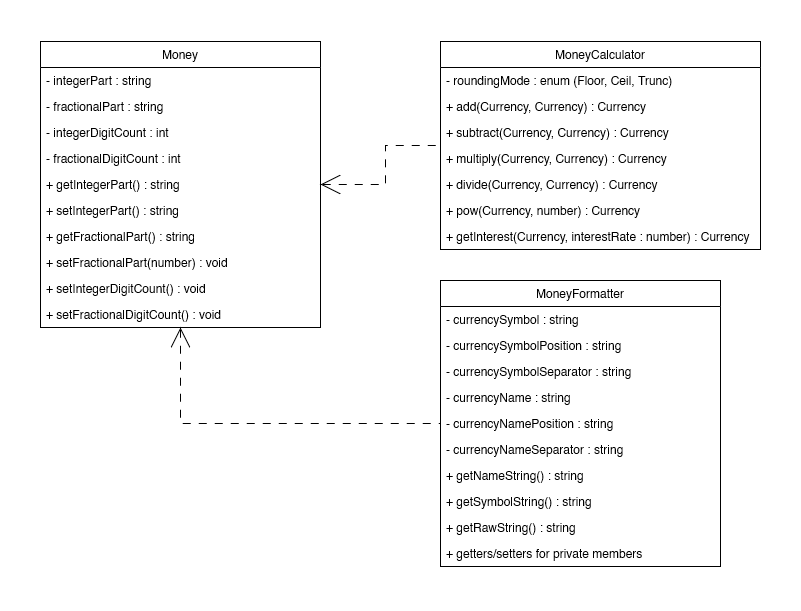
This is uml-class-diagram.png from konstantin-lukas/money-calculator, a draw.io export, as it was before one commit. Source tidied: cells renumbered, new cells last; positions are measured from the earlier drawing's top-left corner, leaving out a move shared by most shapes.
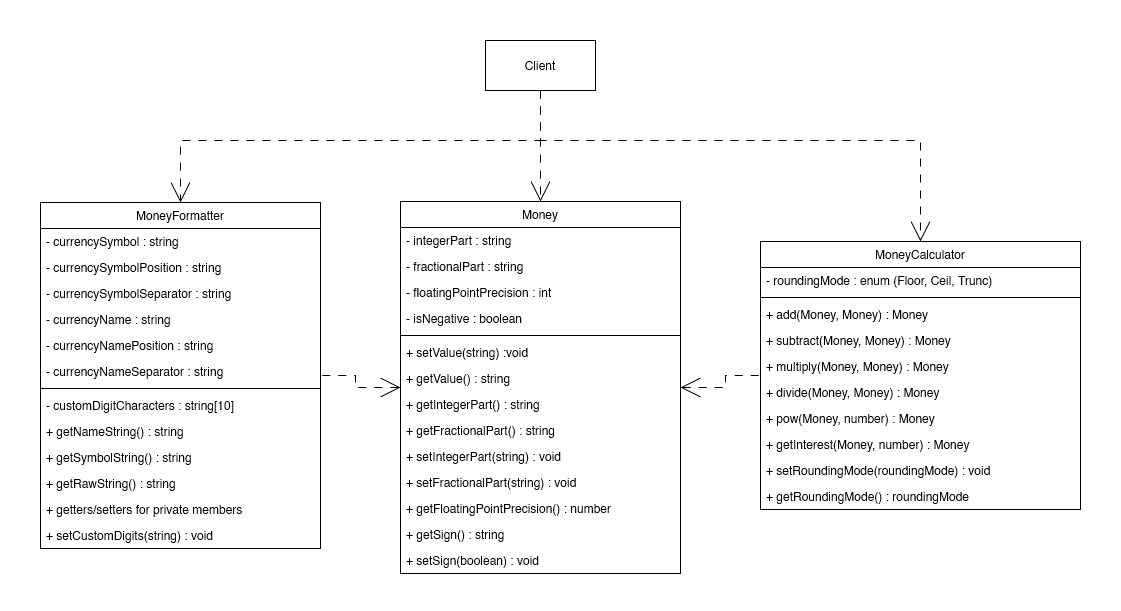
After the change.

The edit, as a diff of the source:
```diff
@@ -3,16 +3,16 @@
     <mxCell id="0" />
     <mxCell id="1" parent="0" />
     <mxCell id="2" style="rounded=0;whiteSpace=wrap;html=1;fillColor=default;strokeColor=none;" parent="1" vertex="1">
-      <mxGeometry width="800" height="610" as="geometry" />
+      <mxGeometry x="-360" y="-160" width="1120" height="610" as="geometry" />
     </mxCell>
     <mxCell id="3" style="edgeStyle=orthogonalEdgeStyle;rounded=0;jettySize=auto;html=1;exitX=1;exitY=0.5;exitDx=0;exitDy=0;startSize=18;startArrow=open;startFill=0;endArrow=none;endFill=0;endSize=18;dashed=1;dashPattern=8 8;" parent="1" edge="1" source="5" target="27">
       <mxGeometry relative="1" as="geometry" />
     </mxCell>
-    <mxCell id="4" style="edgeStyle=orthogonalEdgeStyle;rounded=0;jettySize=auto;html=1;exitX=0.5;exitY=1;exitDx=0;exitDy=0;dashed=1;dashPattern=8 8;startArrow=open;startFill=0;endArrow=none;endFill=0;startSize=18;endSize=18;" parent="1" edge="1" source="5" target="16">
+    <mxCell id="4" style="edgeStyle=orthogonalEdgeStyle;rounded=0;jettySize=auto;html=1;dashed=1;dashPattern=8 8;startArrow=open;startFill=0;endArrow=none;endFill=0;startSize=18;endSize=18;" parent="1" edge="1" source="5" target="16">
       <mxGeometry relative="1" as="geometry" />
     </mxCell>
     <mxCell id="5" value="Money" style="swimlane;fontStyle=0;horizontal=1;startSize=26;fillColor=none;" parent="1" vertex="1">
-      <mxGeometry x="40" y="41" width="280" height="286" as="geometry" />
+      <mxGeometry x="40" y="41" width="280" height="372" as="geometry" />
     </mxCell>
     <mxCell id="6" value="- integerPart : string" style="text;strokeColor=none;fillColor=none;align=left;verticalAlign=top;spacingLeft=4;spacingRight=4;overflow=hidden;" parent="5" vertex="1">
       <mxGeometry y="26" width="280" height="26" as="geometry" />
@@ -20,32 +20,44 @@
     <mxCell id="7" value="- fractionalPart : string" style="text;strokeColor=none;fillColor=none;align=left;verticalAlign=top;spacingLeft=4;spacingRight=4;overflow=hidden;" parent="5" vertex="1">
       <mxGeometry y="52" width="280" height="26" as="geometry" />
     </mxCell>
-    <mxCell id="8" value="- integerDigitCount : int" style="text;strokeColor=none;fillColor=none;align=left;verticalAlign=top;spacingLeft=4;spacingRight=4;overflow=hidden;" parent="5" vertex="1">
-      <mxGeometry y="78" width="280" height="26" as="geometry" />
-    </mxCell>
-    <mxCell id="9" value="- fractionalDigitCount : int" style="text;strokeColor=none;fillColor=none;align=left;verticalAlign=top;spacingLeft=4;spacingRight=4;overflow=hidden;" parent="5" vertex="1">
-      <mxGeometry y="104" width="280" height="26" as="geometry" />
+    <mxCell id="9" value="- floatingPointPrecision : int" style="text;strokeColor=none;fillColor=none;align=left;verticalAlign=top;spacingLeft=4;spacingRight=4;overflow=hidden;" parent="5" vertex="1">
+      <mxGeometry y="78" width="280" height="26" as="geometry" />
     </mxCell>
+    <mxCell id="35" value="- isNegative : boolean" style="text;strokeColor=none;fillColor=none;align=left;verticalAlign=top;spacingLeft=4;spacingRight=4;overflow=hidden;" parent="5" vertex="1">
+      <mxGeometry y="104" width="280" height="26" as="geometry" />
+    </mxCell>
+    <mxCell id="36" style="line;strokeWidth=1;fillColor=none;align=left;verticalAlign=middle;spacingTop=-1;spacingLeft=3;spacingRight=3;labelPosition=right;strokeColor=inherit;" parent="5" vertex="1">
+      <mxGeometry y="130" width="280" height="8" as="geometry" />
+    </mxCell>
-    <mxCell id="10" value="+ getIntegerPart() : string" style="text;strokeColor=none;fillColor=none;align=left;verticalAlign=top;spacingLeft=4;spacingRight=4;overflow=hidden;" parent="5" vertex="1">
-      <mxGeometry y="130" width="280" height="26" as="geometry" />
+    <mxCell id="10" value="+ setValue(string) :void" style="text;strokeColor=none;fillColor=none;align=left;verticalAlign=top;spacingLeft=4;spacingRight=4;overflow=hidden;" parent="5" vertex="1">
+      <mxGeometry y="138" width="280" height="26" as="geometry" />
     </mxCell>
-    <mxCell id="11" value="+ setIntegerPart() : string" style="text;strokeColor=none;fillColor=none;align=left;verticalAlign=top;spacingLeft=4;spacingRight=4;overflow=hidden;" parent="5" vertex="1">
-      <mxGeometry y="156" width="280" height="26" as="geometry" />
+    <mxCell id="11" value="+ getValue() : string" style="text;strokeColor=none;fillColor=none;align=left;verticalAlign=top;spacingLeft=4;spacingRight=4;overflow=hidden;" parent="5" vertex="1">
+      <mxGeometry y="164" width="280" height="26" as="geometry" />
     </mxCell>
+    <mxCell id="37" value="+ getIntegerPart() : string" style="text;strokeColor=none;fillColor=none;align=left;verticalAlign=top;spacingLeft=4;spacingRight=4;overflow=hidden;" parent="5" vertex="1">
+      <mxGeometry y="190" width="280" height="26" as="geometry" />
+    </mxCell>
     <mxCell id="12" value="+ getFractionalPart() : string" style="text;strokeColor=none;fillColor=none;align=left;verticalAlign=top;spacingLeft=4;spacingRight=4;overflow=hidden;" parent="5" vertex="1">
-      <mxGeometry y="182" width="280" height="26" as="geometry" />
+      <mxGeometry y="216" width="280" height="26" as="geometry" />
     </mxCell>
-    <mxCell id="13" value="+ setFractionalPart(number) : void" style="text;strokeColor=none;fillColor=none;align=left;verticalAlign=top;spacingLeft=4;spacingRight=4;overflow=hidden;" parent="5" vertex="1">
-      <mxGeometry y="208" width="280" height="26" as="geometry" />
-    </mxCell>
-    <mxCell id="14" value="+ setIntegerDigitCount() : void" style="text;strokeColor=none;fillColor=none;align=left;verticalAlign=top;spacingLeft=4;spacingRight=4;overflow=hidden;" parent="5" vertex="1">
-      <mxGeometry y="234" width="280" height="26" as="geometry" />
-    </mxCell>
-    <mxCell id="15" value="+ setFractionalDigitCount() : void" style="text;strokeColor=none;fillColor=none;align=left;verticalAlign=top;spacingLeft=4;spacingRight=4;overflow=hidden;" parent="5" vertex="1">
-      <mxGeometry y="260" width="280" height="26" as="geometry" />
-    </mxCell>
+    <mxCell id="38" value="+ setIntegerPart(string) : void" style="text;strokeColor=none;fillColor=none;align=left;verticalAlign=top;spacingLeft=4;spacingRight=4;overflow=hidden;" parent="5" vertex="1">
+      <mxGeometry y="242" width="280" height="26" as="geometry" />
+    </mxCell>
+    <mxCell id="39" value="+ setFractionalPart(string) : void" style="text;strokeColor=none;fillColor=none;align=left;verticalAlign=top;spacingLeft=4;spacingRight=4;overflow=hidden;" parent="5" vertex="1">
+      <mxGeometry y="268" width="280" height="26" as="geometry" />
+    </mxCell>
+    <mxCell id="40" value="+ getFloatingPointPrecision() : number" style="text;strokeColor=none;fillColor=none;align=left;verticalAlign=top;spacingLeft=4;spacingRight=4;overflow=hidden;" parent="5" vertex="1">
+      <mxGeometry y="294" width="280" height="26" as="geometry" />
+    </mxCell>
+    <mxCell id="41" value="+ getSign() : string" style="text;strokeColor=none;fillColor=none;align=left;verticalAlign=top;spacingLeft=4;spacingRight=4;overflow=hidden;" parent="5" vertex="1">
+      <mxGeometry y="320" width="280" height="26" as="geometry" />
+    </mxCell>
+    <mxCell id="42" value="+ setSign(boolean) : void" style="text;strokeColor=none;fillColor=none;align=left;verticalAlign=top;spacingLeft=4;spacingRight=4;overflow=hidden;" parent="5" vertex="1">
+      <mxGeometry y="346" width="280" height="26" as="geometry" />
+    </mxCell>
     <mxCell id="16" value="MoneyFormatter" style="swimlane;fontStyle=0;horizontal=1;startSize=26;fillColor=none;" parent="1" vertex="1">
-      <mxGeometry x="440" y="280" width="280" height="286" as="geometry" />
+      <mxGeometry x="-320" y="42" width="280" height="346" as="geometry" />
     </mxCell>
     <mxCell id="17" value="- currencySymbol : string" style="text;strokeColor=none;fillColor=none;align=left;verticalAlign=top;spacingLeft=4;spacingRight=4;overflow=hidden;" parent="16" vertex="1">
       <mxGeometry y="26" width="280" height="26" as="geometry" />
@@ -65,41 +77,81 @@
     <mxCell id="22" value="- currencyNameSeparator : string" style="text;strokeColor=none;fillColor=none;align=left;verticalAlign=top;spacingLeft=4;spacingRight=4;overflow=hidden;" parent="16" vertex="1">
       <mxGeometry y="156" width="280" height="26" as="geometry" />
     </mxCell>
+    <mxCell id="43" style="line;strokeWidth=1;fillColor=none;align=left;verticalAlign=middle;spacingTop=-1;spacingLeft=3;spacingRight=3;labelPosition=right;strokeColor=inherit;" parent="16" vertex="1">
+      <mxGeometry y="182" width="280" height="8" as="geometry" />
+    </mxCell>
+    <mxCell id="44" value="- customDigitCharacters : string[10]" style="text;strokeColor=none;fillColor=none;align=left;verticalAlign=top;spacingLeft=4;spacingRight=4;overflow=hidden;" parent="16" vertex="1">
+      <mxGeometry y="190" width="280" height="26" as="geometry" />
+    </mxCell>
     <mxCell id="23" value="+ getNameString() : string" style="text;strokeColor=none;fillColor=none;align=left;verticalAlign=top;spacingLeft=4;spacingRight=4;overflow=hidden;" parent="16" vertex="1">
-      <mxGeometry y="182" width="280" height="26" as="geometry" />
+      <mxGeometry y="216" width="280" height="26" as="geometry" />
     </mxCell>
     <mxCell id="24" value="+ getSymbolString() : string" style="text;strokeColor=none;fillColor=none;align=left;verticalAlign=top;spacingLeft=4;spacingRight=4;overflow=hidden;" parent="16" vertex="1">
-      <mxGeometry y="208" width="280" height="26" as="geometry" />
+      <mxGeometry y="242" width="280" height="26" as="geometry" />
     </mxCell>
     <mxCell id="25" value="+ getRawString() : string" style="text;strokeColor=none;fillColor=none;align=left;verticalAlign=top;spacingLeft=4;spacingRight=4;overflow=hidden;" parent="16" vertex="1">
-      <mxGeometry y="234" width="280" height="26" as="geometry" />
+      <mxGeometry y="268" width="280" height="26" as="geometry" />
     </mxCell>
     <mxCell id="26" value="+ getters/setters for private members" style="text;strokeColor=none;fillColor=none;align=left;verticalAlign=top;spacingLeft=4;spacingRight=4;overflow=hidden;" parent="16" vertex="1">
-      <mxGeometry y="260" width="280" height="26" as="geometry" />
+      <mxGeometry y="294" width="280" height="26" as="geometry" />
     </mxCell>
+    <mxCell id="45" value="+ setCustomDigits(string) : void" style="text;strokeColor=none;fillColor=none;align=left;verticalAlign=top;spacingLeft=4;spacingRight=4;overflow=hidden;" parent="16" vertex="1">
+      <mxGeometry y="320" width="280" height="26" as="geometry" />
+    </mxCell>
     <mxCell id="27" value="MoneyCalculator" style="swimlane;fontStyle=0;horizontal=1;startSize=26;fillColor=none;" parent="1" vertex="1">
-      <mxGeometry x="440" y="41" width="320" height="208" as="geometry" />
+      <mxGeometry x="400" y="81" width="320" height="268" as="geometry" />
     </mxCell>
     <mxCell id="28" value="- roundingMode : enum (Floor, Ceil, Trunc)" style="text;strokeColor=none;fillColor=none;align=left;verticalAlign=top;spacingLeft=4;spacingRight=4;overflow=hidden;" parent="27" vertex="1">
       <mxGeometry y="26" width="320" height="26" as="geometry" />
     </mxCell>
+    <mxCell id="46" style="line;strokeWidth=1;fillColor=none;align=left;verticalAlign=middle;spacingTop=-1;spacingLeft=3;spacingRight=3;labelPosition=right;strokeColor=inherit;" parent="27" vertex="1">
+      <mxGeometry y="52" width="320" height="8" as="geometry" />
+    </mxCell>
-    <mxCell id="29" value="+ add(Currency, Currency) : Currency" style="text;strokeColor=none;fillColor=none;align=left;verticalAlign=top;spacingLeft=4;spacingRight=4;overflow=hidden;" parent="27" vertex="1">
-      <mxGeometry y="52" width="320" height="26" as="geometry" />
+    <mxCell id="29" value="+ add(Money, Money) : Money" style="text;strokeColor=none;fillColor=none;align=left;verticalAlign=top;spacingLeft=4;spacingRight=4;overflow=hidden;" parent="27" vertex="1">
+      <mxGeometry y="60" width="320" height="26" as="geometry" />
     </mxCell>
-    <mxCell id="30" value="+ subtract(Currency, Currency) : Currency" style="text;strokeColor=none;fillColor=none;align=left;verticalAlign=top;spacingLeft=4;spacingRight=4;overflow=hidden;" parent="27" vertex="1">
-      <mxGeometry y="78" width="320" height="26" as="geometry" />
+    <mxCell id="30" value="+ subtract(Money, Money) : Money" style="text;strokeColor=none;fillColor=none;align=left;verticalAlign=top;spacingLeft=4;spacingRight=4;overflow=hidden;" parent="27" vertex="1">
+      <mxGeometry y="86" width="320" height="26" as="geometry" />
     </mxCell>
-    <mxCell id="31" value="+ multiply(Currency, Currency) : Currency" style="text;strokeColor=none;fillColor=none;align=left;verticalAlign=top;spacingLeft=4;spacingRight=4;overflow=hidden;" parent="27" vertex="1">
-      <mxGeometry y="104" width="320" height="26" as="geometry" />
+    <mxCell id="31" value="+ multiply(Money, Money) : Money" style="text;strokeColor=none;fillColor=none;align=left;verticalAlign=top;spacingLeft=4;spacingRight=4;overflow=hidden;" parent="27" vertex="1">
+      <mxGeometry y="112" width="320" height="26" as="geometry" />
     </mxCell>
-    <mxCell id="32" value="+ divide(Currency, Currency) : Currency" style="text;strokeColor=none;fillColor=none;align=left;verticalAlign=top;spacingLeft=4;spacingRight=4;overflow=hidden;" parent="27" vertex="1">
-      <mxGeometry y="130" width="320" height="26" as="geometry" />
+    <mxCell id="32" value="+ divide(Money, Money) : Money" style="text;strokeColor=none;fillColor=none;align=left;verticalAlign=top;spacingLeft=4;spacingRight=4;overflow=hidden;" parent="27" vertex="1">
+      <mxGeometry y="138" width="320" height="26" as="geometry" />
     </mxCell>
-    <mxCell id="33" value="+ pow(Currency, number) : Currency" style="text;strokeColor=none;fillColor=none;align=left;verticalAlign=top;spacingLeft=4;spacingRight=4;overflow=hidden;" parent="27" vertex="1">
-      <mxGeometry y="156" width="320" height="26" as="geometry" />
+    <mxCell id="33" value="+ pow(Money, number) : Money" style="text;strokeColor=none;fillColor=none;align=left;verticalAlign=top;spacingLeft=4;spacingRight=4;overflow=hidden;" parent="27" vertex="1">
+      <mxGeometry y="164" width="320" height="26" as="geometry" />
     </mxCell>
-    <mxCell id="34" value="+ getInterest(Currency, interestRate : number) : Currency" style="text;strokeColor=none;fillColor=none;align=left;verticalAlign=top;spacingLeft=4;spacingRight=4;overflow=hidden;" parent="27" vertex="1">
-      <mxGeometry y="182" width="320" height="26" as="geometry" />
+    <mxCell id="34" value="+ getInterest(Money, number) : Money" style="text;strokeColor=none;fillColor=none;align=left;verticalAlign=top;spacingLeft=4;spacingRight=4;overflow=hidden;" parent="27" vertex="1">
+      <mxGeometry y="190" width="320" height="26" as="geometry" />
     </mxCell>
+    <mxCell id="47" value="+ setRoundingMode(roundingMode) : void" style="text;strokeColor=none;fillColor=none;align=left;verticalAlign=top;spacingLeft=4;spacingRight=4;overflow=hidden;" parent="27" vertex="1">
+      <mxGeometry y="216" width="320" height="26" as="geometry" />
+    </mxCell>
+    <mxCell id="48" value="+ getRoundingMode() : roundingMode " style="text;strokeColor=none;fillColor=none;align=left;verticalAlign=top;spacingLeft=4;spacingRight=4;overflow=hidden;" parent="27" vertex="1">
+      <mxGeometry y="242" width="320" height="26" as="geometry" />
+    </mxCell>
+    <mxCell id="49" style="edgeStyle=orthogonalEdgeStyle;rounded=0;jettySize=auto;html=1;exitX=0.5;exitY=1;exitDx=0;exitDy=0;dashed=1;dashPattern=8 8;endArrow=open;endFill=0;endSize=18;" parent="1" edge="1" source="52" target="16">
+      <mxGeometry relative="1" as="geometry">
+        <Array as="points">
+          <mxPoint x="180" y="-20" />
+          <mxPoint x="-180" y="-20" />
+        </Array>
+      </mxGeometry>
+    </mxCell>
+    <mxCell id="50" style="edgeStyle=orthogonalEdgeStyle;rounded=0;jettySize=auto;html=1;exitX=0.5;exitY=1;exitDx=0;exitDy=0;dashed=1;dashPattern=8 8;endArrow=open;endFill=0;endSize=18;" parent="1" edge="1" source="52" target="5">
+      <mxGeometry relative="1" as="geometry" />
+    </mxCell>
+    <mxCell id="51" style="edgeStyle=orthogonalEdgeStyle;rounded=0;jettySize=auto;html=1;exitX=0.5;exitY=1;exitDx=0;exitDy=0;endArrow=open;endFill=0;endSize=18;dashed=1;dashPattern=8 8;" parent="1" edge="1" source="52" target="27">
+      <mxGeometry relative="1" as="geometry">
+        <Array as="points">
+          <mxPoint x="180" y="-20" />
+          <mxPoint x="560" y="-20" />
+        </Array>
+      </mxGeometry>
+    </mxCell>
+    <mxCell id="52" value="Client" style="html=1;whiteSpace=wrap;" parent="1" vertex="1">
+      <mxGeometry x="125" y="-120" width="110" height="50" as="geometry" />
+    </mxCell>
   </root>
 </mxGraphModel>
```
